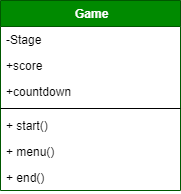
This is imagenes/DiagramaClasesJuegoPython-Singleton.png from eddacamila/Juego_PatronesDiseno, a draw.io export, as it was before one commit. Source tidied: cells renumbered, new cells last; positions are measured from the earlier drawing's top-left corner, leaving out a move shared by most shapes. The source it was exported from:
```xml
<mxGraphModel>
  <root>
    <mxCell id="0" />
    <mxCell id="1" parent="0" />
    <mxCell id="2" value=" Game" style="swimlane;fontStyle=1;align=center;verticalAlign=top;horizontal=1;startSize=26;fillColor=#008a00;strokeColor=#005700;fontColor=#ffffff;" parent="1" vertex="1">
      <mxGeometry width="180" height="190" as="geometry" />
    </mxCell>
    <mxCell id="3" value="-Stage" style="text;strokeColor=none;fillColor=none;align=left;verticalAlign=top;spacingLeft=4;spacingRight=4;overflow=hidden;" parent="2" vertex="1">
      <mxGeometry y="26" width="180" height="26" as="geometry" />
    </mxCell>
    <mxCell id="4" value="+score" style="text;strokeColor=none;fillColor=none;align=left;verticalAlign=top;spacingLeft=4;spacingRight=4;overflow=hidden;" parent="2" vertex="1">
      <mxGeometry y="52" width="180" height="26" as="geometry" />
    </mxCell>
    <mxCell id="5" value="+countdown" style="text;strokeColor=none;fillColor=none;align=left;verticalAlign=top;spacingLeft=4;spacingRight=4;overflow=hidden;" parent="2" vertex="1">
      <mxGeometry y="78" width="180" height="26" as="geometry" />
    </mxCell>
    <mxCell id="6" style="line;strokeWidth=1;fillColor=none;align=left;verticalAlign=middle;spacingTop=-1;spacingLeft=3;spacingRight=3;labelPosition=right;" parent="2" vertex="1">
      <mxGeometry y="104" width="180" height="8" as="geometry" />
    </mxCell>
    <mxCell id="7" value="+ start()" style="text;strokeColor=none;fillColor=none;align=left;verticalAlign=top;spacingLeft=4;spacingRight=4;overflow=hidden;" parent="2" vertex="1">
      <mxGeometry y="112" width="180" height="26" as="geometry" />
    </mxCell>
    <mxCell id="8" value="+ menu()" style="text;strokeColor=none;fillColor=none;align=left;verticalAlign=top;spacingLeft=4;spacingRight=4;overflow=hidden;" parent="2" vertex="1">
      <mxGeometry y="138" width="180" height="26" as="geometry" />
    </mxCell>
    <mxCell id="9" value="+ end()" style="text;strokeColor=none;fillColor=none;align=left;verticalAlign=top;spacingLeft=4;spacingRight=4;overflow=hidden;" parent="2" vertex="1">
      <mxGeometry y="164" width="180" height="26" as="geometry" />
    </mxCell>
  </root>
</mxGraphModel>
```
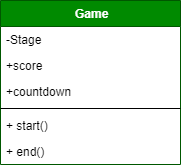
After the change.

What changed in the source:
```diff
@@ -3,7 +3,7 @@
     <mxCell id="0" />
     <mxCell id="1" parent="0" />
     <mxCell id="2" value=" Game" style="swimlane;fontStyle=1;align=center;verticalAlign=top;horizontal=1;startSize=26;fillColor=#008a00;strokeColor=#005700;fontColor=#ffffff;" parent="1" vertex="1">
-      <mxGeometry width="180" height="190" as="geometry" />
+      <mxGeometry width="180" height="164" as="geometry" />
     </mxCell>
     <mxCell id="3" value="-Stage" style="text;strokeColor=none;fillColor=none;align=left;verticalAlign=top;spacingLeft=4;spacingRight=4;overflow=hidden;" parent="2" vertex="1">
       <mxGeometry y="26" width="180" height="26" as="geometry" />
@@ -20,11 +20,8 @@
     <mxCell id="7" value="+ start()" style="text;strokeColor=none;fillColor=none;align=left;verticalAlign=top;spacingLeft=4;spacingRight=4;overflow=hidden;" parent="2" vertex="1">
       <mxGeometry y="112" width="180" height="26" as="geometry" />
     </mxCell>
-    <mxCell id="8" value="+ menu()" style="text;strokeColor=none;fillColor=none;align=left;verticalAlign=top;spacingLeft=4;spacingRight=4;overflow=hidden;" parent="2" vertex="1">
-      <mxGeometry y="138" width="180" height="26" as="geometry" />
-    </mxCell>
     <mxCell id="9" value="+ end()" style="text;strokeColor=none;fillColor=none;align=left;verticalAlign=top;spacingLeft=4;spacingRight=4;overflow=hidden;" parent="2" vertex="1">
-      <mxGeometry y="164" width="180" height="26" as="geometry" />
+      <mxGeometry y="138" width="180" height="26" as="geometry" />
     </mxCell>
   </root>
 </mxGraphModel>
```
